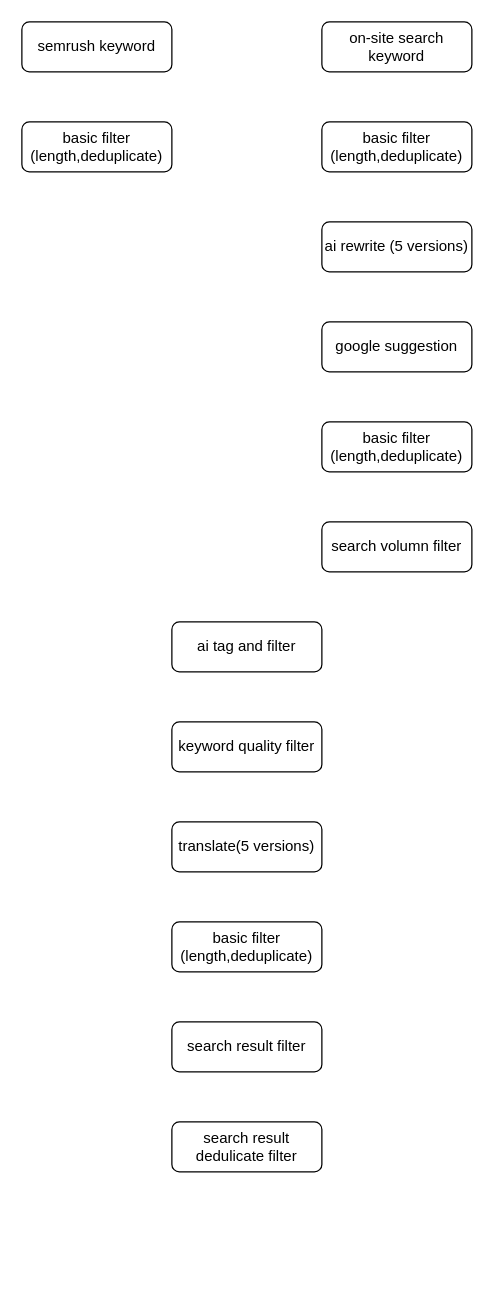
Earlier version of the draw.io diagram drawio/ep_showroom_new_page.drawio (VisableHarry/seo-drawio). Source tidied: cells renumbered, new cells numbered last; positions are measured from the earlier drawing's top-left corner, leaving out a move shared by most shapes. Both pictures are drawn from the tidied source at 125%, with x=0, y=0 at pixel (21, 21).
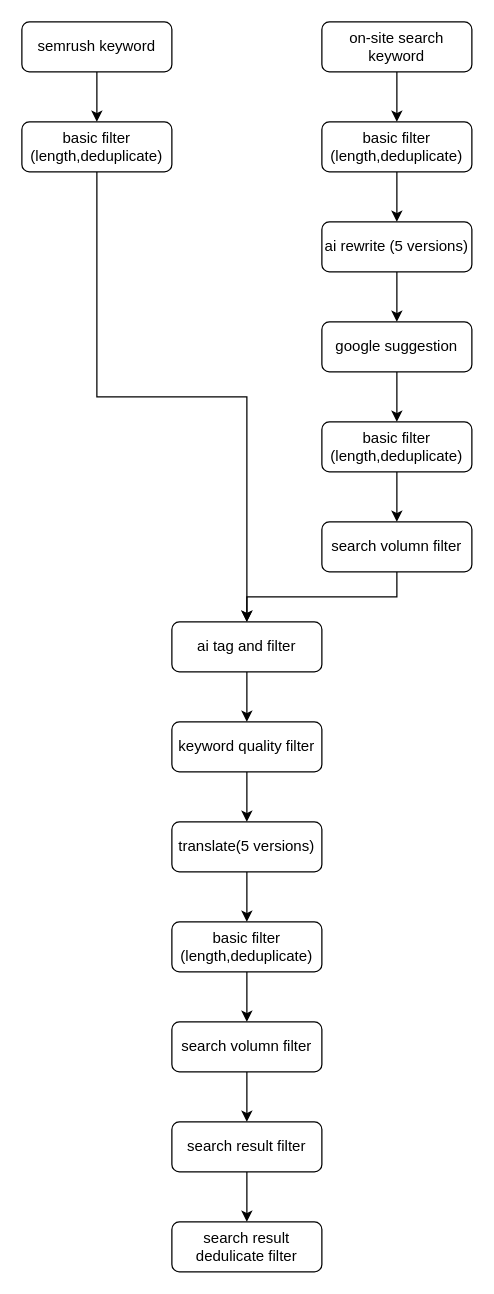
After the change.

The change refers to these unchanged cells:
```xml
<mxCell id="2" value="semrush keyword" style="rounded=1;whiteSpace=wrap;html=1;" parent="1" vertex="1">
  <mxGeometry width="120" height="40" as="geometry" />
</mxCell>
<mxCell id="3" value="on-site search keyword" style="rounded=1;whiteSpace=wrap;html=1;" parent="1" vertex="1">
  <mxGeometry x="240" width="120" height="40" as="geometry" />
</mxCell>
<mxCell id="4" value="basic filter&lt;div&gt;(length,deduplicate)&lt;/div&gt;" style="rounded=1;whiteSpace=wrap;html=1;" parent="1" vertex="1">
  <mxGeometry y="80" width="120" height="40" as="geometry" />
</mxCell>
<mxCell id="5" value="ai rewrite (5 versions)" style="rounded=1;whiteSpace=wrap;html=1;" parent="1" vertex="1">
  <mxGeometry x="240" y="160" width="120" height="40" as="geometry" />
</mxCell>
<mxCell id="6" value="google suggestion" style="rounded=1;whiteSpace=wrap;html=1;" parent="1" vertex="1">
  <mxGeometry x="240" y="240" width="120" height="40" as="geometry" />
</mxCell>
<mxCell id="7" value="basic filter&lt;div&gt;(length,deduplicate)&lt;/div&gt;" style="rounded=1;whiteSpace=wrap;html=1;" parent="1" vertex="1">
  <mxGeometry x="240" y="80" width="120" height="40" as="geometry" />
</mxCell>
<mxCell id="8" value="basic filter&lt;div&gt;(length,deduplicate)&lt;/div&gt;" style="rounded=1;whiteSpace=wrap;html=1;" parent="1" vertex="1">
  <mxGeometry x="240" y="320" width="120" height="40" as="geometry" />
</mxCell>
<mxCell id="9" value="search volumn filter" style="rounded=1;whiteSpace=wrap;html=1;" parent="1" vertex="1">
  <mxGeometry x="240" y="400" width="120" height="40" as="geometry" />
</mxCell>
<mxCell id="10" value="ai tag and filter" style="rounded=1;whiteSpace=wrap;html=1;" parent="1" vertex="1">
  <mxGeometry x="120" y="480" width="120" height="40" as="geometry" />
</mxCell>
<mxCell id="11" value="keyword quality filter" style="rounded=1;whiteSpace=wrap;html=1;" parent="1" vertex="1">
  <mxGeometry x="120" y="560" width="120" height="40" as="geometry" />
</mxCell>
<mxCell id="12" value="translate(5 versions)" style="rounded=1;whiteSpace=wrap;html=1;" parent="1" vertex="1">
  <mxGeometry x="120" y="640" width="120" height="40" as="geometry" />
</mxCell>
<mxCell id="13" value="basic filter&lt;div&gt;(length,deduplicate)&lt;/div&gt;" style="rounded=1;whiteSpace=wrap;html=1;" parent="1" vertex="1">
  <mxGeometry x="120" y="720" width="120" height="40" as="geometry" />
</mxCell>
```

What changed in the source:
```diff
@@
+    <mxCell id="16" style="edgeStyle=orthogonalEdgeStyle;rounded=0;jettySize=auto;html=1;exitX=0.5;exitY=1;exitDx=0;exitDy=0;entryX=0.5;entryY=0;entryDx=0;entryDy=0;" parent="1" edge="1" source="2" target="4">
+      <mxGeometry relative="1" as="geometry" />
+    </mxCell>
@@
+    <mxCell id="17" style="edgeStyle=orthogonalEdgeStyle;rounded=0;jettySize=auto;html=1;exitX=0.5;exitY=1;exitDx=0;exitDy=0;" parent="1" edge="1" source="3" target="7">
+      <mxGeometry relative="1" as="geometry" />
+    </mxCell>
@@
+    <mxCell id="18" style="edgeStyle=orthogonalEdgeStyle;rounded=0;jettySize=auto;html=1;exitX=0.5;exitY=1;exitDx=0;exitDy=0;entryX=0.5;entryY=0;entryDx=0;entryDy=0;" parent="1" edge="1" source="4" target="10">
+      <mxGeometry relative="1" as="geometry" />
+    </mxCell>
@@
+    <mxCell id="19" style="edgeStyle=orthogonalEdgeStyle;rounded=0;jettySize=auto;html=1;exitX=0.5;exitY=1;exitDx=0;exitDy=0;entryX=0.5;entryY=0;entryDx=0;entryDy=0;" parent="1" edge="1" source="5" target="6">
+      <mxGeometry relative="1" as="geometry" />
+    </mxCell>
@@
+    <mxCell id="20" style="edgeStyle=orthogonalEdgeStyle;rounded=0;jettySize=auto;html=1;exitX=0.5;exitY=1;exitDx=0;exitDy=0;" parent="1" edge="1" source="6" target="8">
+      <mxGeometry relative="1" as="geometry" />
+    </mxCell>
@@
+    <mxCell id="21" style="edgeStyle=orthogonalEdgeStyle;rounded=0;jettySize=auto;html=1;exitX=0.5;exitY=1;exitDx=0;exitDy=0;entryX=0.5;entryY=0;entryDx=0;entryDy=0;" parent="1" edge="1" source="7" target="5">
+      <mxGeometry relative="1" as="geometry" />
+    </mxCell>
@@
+    <mxCell id="22" style="edgeStyle=orthogonalEdgeStyle;rounded=0;jettySize=auto;html=1;exitX=0.5;exitY=1;exitDx=0;exitDy=0;entryX=0.5;entryY=0;entryDx=0;entryDy=0;" parent="1" edge="1" source="8" target="9">
+      <mxGeometry relative="1" as="geometry" />
+    </mxCell>
@@
+    <mxCell id="23" style="edgeStyle=orthogonalEdgeStyle;rounded=0;jettySize=auto;html=1;exitX=0.5;exitY=1;exitDx=0;exitDy=0;entryX=0.5;entryY=0;entryDx=0;entryDy=0;" parent="1" edge="1" source="9" target="10">
+      <mxGeometry relative="1" as="geometry" />
+    </mxCell>
@@
+    <mxCell id="24" style="edgeStyle=orthogonalEdgeStyle;rounded=0;jettySize=auto;html=1;exitX=0.5;exitY=1;exitDx=0;exitDy=0;entryX=0.5;entryY=0;entryDx=0;entryDy=0;" parent="1" edge="1" source="10" target="11">
+      <mxGeometry relative="1" as="geometry" />
+    </mxCell>
@@
+    <mxCell id="25" style="edgeStyle=orthogonalEdgeStyle;rounded=0;jettySize=auto;html=1;exitX=0.5;exitY=1;exitDx=0;exitDy=0;entryX=0.5;entryY=0;entryDx=0;entryDy=0;" parent="1" edge="1" source="11" target="12">
+      <mxGeometry relative="1" as="geometry" />
+    </mxCell>
@@
+    <mxCell id="26" style="edgeStyle=orthogonalEdgeStyle;rounded=0;jettySize=auto;html=1;exitX=0.5;exitY=1;exitDx=0;exitDy=0;" parent="1" edge="1" source="12" target="13">
+      <mxGeometry relative="1" as="geometry" />
+    </mxCell>
@@
+    <mxCell id="27" style="edgeStyle=orthogonalEdgeStyle;rounded=0;jettySize=auto;html=1;exitX=0.5;exitY=1;exitDx=0;exitDy=0;entryX=0.5;entryY=0;entryDx=0;entryDy=0;" parent="1" edge="1" source="13" target="30">
+      <mxGeometry relative="1" as="geometry" />
+    </mxCell>
@@
+    <mxCell id="28" style="edgeStyle=orthogonalEdgeStyle;rounded=0;jettySize=auto;html=1;exitX=0.5;exitY=1;exitDx=0;exitDy=0;entryX=0.5;entryY=0;entryDx=0;entryDy=0;" parent="1" edge="1" source="14" target="15">
+      <mxGeometry relative="1" as="geometry" />
+    </mxCell>
     <mxCell id="14" value="search result filter" style="rounded=1;whiteSpace=wrap;html=1;" parent="1" vertex="1">
-      <mxGeometry x="120" y="800" width="120" height="40" as="geometry" />
+      <mxGeometry x="120" y="880" width="120" height="40" as="geometry" />
     </mxCell>
     <mxCell id="15" value="search result dedulicate filter" style="rounded=1;whiteSpace=wrap;html=1;" parent="1" vertex="1">
-      <mxGeometry x="120" y="880" width="120" height="40" as="geometry" />
+      <mxGeometry x="120" y="960" width="120" height="40" as="geometry" />
     </mxCell>
+    <mxCell id="29" style="edgeStyle=orthogonalEdgeStyle;rounded=0;jettySize=auto;html=1;exitX=0.5;exitY=1;exitDx=0;exitDy=0;entryX=0.5;entryY=0;entryDx=0;entryDy=0;" parent="1" edge="1" source="30" target="14">
+      <mxGeometry relative="1" as="geometry" />
+    </mxCell>
+    <mxCell id="30" value="search volumn filter" style="rounded=1;whiteSpace=wrap;html=1;" parent="1" vertex="1">
+      <mxGeometry x="120" y="800" width="120" height="40" as="geometry" />
+    </mxCell>
```
